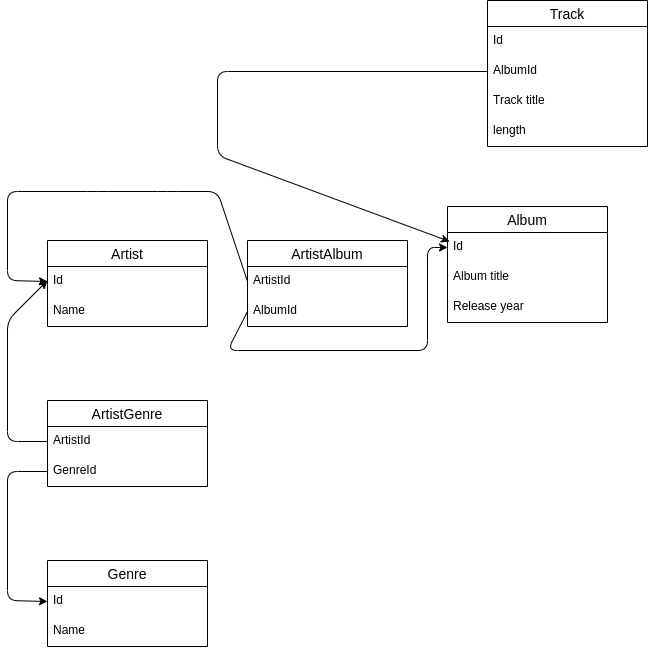
This is HW_database_lesson3_task1.png from Votchitsev/HW_database_lesson3, a draw.io export, as it was before one commit. Source tidied: cells renumbered, new cells last; positions are measured from the earlier drawing's top-left corner, leaving out a move shared by most shapes.
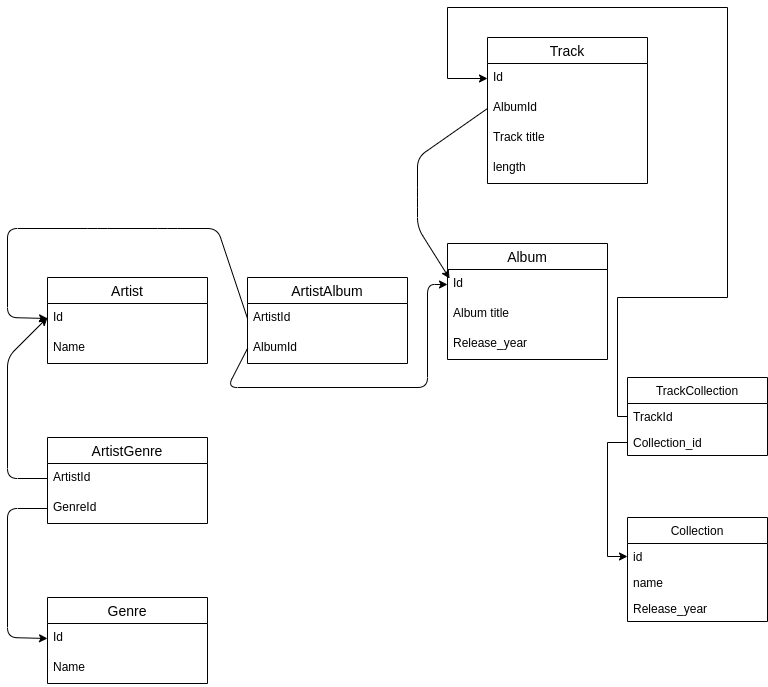
After the change.

Commit message:
corrected_solution

Change to the diagram source:
```diff
@@ -20,7 +20,7 @@
     <mxCell id="7" value="Album title" style="text;strokeColor=none;fillColor=none;spacingLeft=4;spacingRight=4;overflow=hidden;fontSize=12;" parent="5" vertex="1">
       <mxGeometry y="56" width="160" height="30" as="geometry" />
     </mxCell>
-    <mxCell id="8" value="Release year&#10;&#10;&#10;&#10;&#10;&#10;&#10;&#10;" style="text;strokeColor=none;fillColor=none;spacingLeft=4;spacingRight=4;overflow=hidden;fontSize=12;" parent="5" vertex="1">
+    <mxCell id="8" value="Release_year&#10;&#10;&#10;&#10;&#10;&#10;&#10;&#10;" style="text;strokeColor=none;fillColor=none;spacingLeft=4;spacingRight=4;overflow=hidden;fontSize=12;" parent="5" vertex="1">
       <mxGeometry y="86" width="160" height="30" as="geometry" />
     </mxCell>
     <mxCell id="9" value="Track" style="swimlane;fontStyle=0;horizontal=1;startSize=26;align=center;fontSize=14;" parent="1" vertex="1">
@@ -52,8 +52,9 @@
     <mxCell id="15" style="endArrow=classic;html=1;exitX=0;exitY=0.5;exitDx=0;exitDy=0;entryX=0.013;entryY=0.3;entryDx=0;entryDy=0;entryPerimeter=0;" parent="1" edge="1" source="11" target="6">
       <mxGeometry relative="1" as="geometry">
         <Array as="points">
-          <mxPoint x="210" y="71" />
-          <mxPoint x="210" y="155" />
+          <mxPoint x="410" y="120" />
+          <mxPoint x="410" y="160" />
+          <mxPoint x="410" y="190" />
         </Array>
       </mxGeometry>
     </mxCell>
@@ -110,5 +111,41 @@
         </Array>
       </mxGeometry>
     </mxCell>
+    <mxCell id="28" value="Collection" style="swimlane;fontStyle=0;horizontal=1;startSize=26;" parent="1" vertex="1">
+      <mxGeometry x="620" y="480" width="140" height="104" as="geometry" />
+    </mxCell>
+    <mxCell id="29" value="id" style="text;strokeColor=none;fillColor=none;align=left;verticalAlign=top;spacingLeft=4;spacingRight=4;overflow=hidden;points=[[0,0.5],[1,0.5]];portConstraint=eastwest;" parent="28" vertex="1">
+      <mxGeometry y="26" width="140" height="26" as="geometry" />
+    </mxCell>
+    <mxCell id="30" value="name" style="text;strokeColor=none;fillColor=none;align=left;verticalAlign=top;spacingLeft=4;spacingRight=4;overflow=hidden;" parent="28" vertex="1">
+      <mxGeometry y="52" width="140" height="26" as="geometry" />
+    </mxCell>
+    <mxCell id="31" value="Release_year" style="text;strokeColor=none;fillColor=none;align=left;verticalAlign=top;spacingLeft=4;spacingRight=4;overflow=hidden;" parent="28" vertex="1">
+      <mxGeometry y="78" width="140" height="26" as="geometry" />
+    </mxCell>
+    <mxCell id="32" value="TrackCollection" style="swimlane;fontStyle=0;horizontal=1;startSize=26;" parent="1" vertex="1">
+      <mxGeometry x="620" y="340" width="140" height="78" as="geometry" />
+    </mxCell>
+    <mxCell id="33" value="TrackId" style="text;strokeColor=none;fillColor=none;align=left;verticalAlign=top;spacingLeft=4;spacingRight=4;overflow=hidden;points=[[0,0.5],[1,0.5]];portConstraint=eastwest;" parent="32" vertex="1">
+      <mxGeometry y="26" width="140" height="26" as="geometry" />
+    </mxCell>
+    <mxCell id="34" value="Collection_id" style="text;strokeColor=none;fillColor=none;align=left;verticalAlign=top;spacingLeft=4;spacingRight=4;overflow=hidden;points=[[0,0.5],[1,0.5]];portConstraint=eastwest;" parent="32" vertex="1">
+      <mxGeometry y="52" width="140" height="26" as="geometry" />
+    </mxCell>
+    <mxCell id="35" style="edgeStyle=orthogonalEdgeStyle;rounded=0;jettySize=auto;html=1;exitX=0;exitY=0.5;exitDx=0;exitDy=0;entryX=0;entryY=0.5;entryDx=0;entryDy=0;" parent="1" edge="1" source="34" target="29">
+      <mxGeometry relative="1" as="geometry" />
+    </mxCell>
+    <mxCell id="36" style="edgeStyle=orthogonalEdgeStyle;rounded=0;jettySize=auto;html=1;exitX=0;exitY=0.5;exitDx=0;exitDy=0;entryX=0;entryY=0.5;entryDx=0;entryDy=0;" parent="1" edge="1" source="33" target="10">
+      <mxGeometry relative="1" as="geometry">
+        <Array as="points">
+          <mxPoint x="610" y="379" />
+          <mxPoint x="610" y="260" />
+          <mxPoint x="720" y="260" />
+          <mxPoint x="720" y="-30" />
+          <mxPoint x="440" y="-30" />
+          <mxPoint x="440" y="41" />
+        </Array>
+      </mxGeometry>
+    </mxCell>
   </root>
 </mxGraphModel>
```
